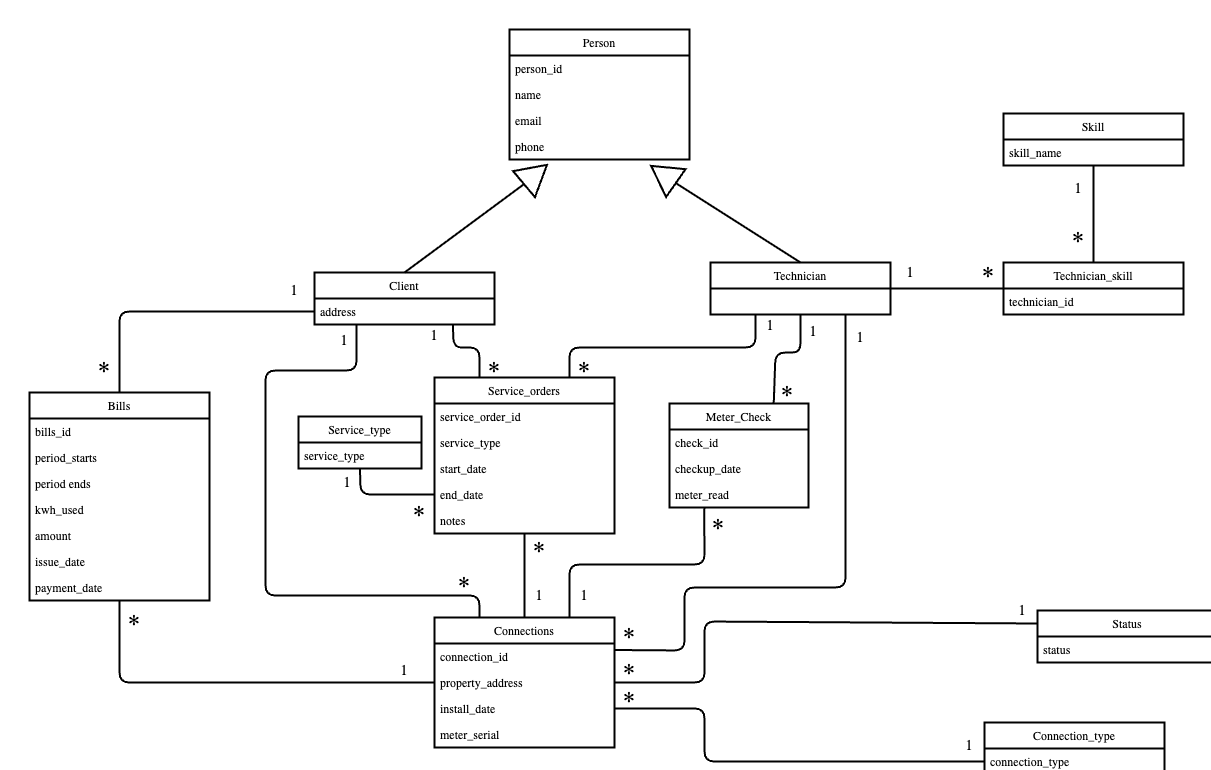
This is uml.png from nnovajulian08/database_proj, a draw.io export, as it was before one commit. Source tidied: cells renumbered, new cells last; positions are measured from the earlier drawing's top-left corner, leaving out a move shared by most shapes.
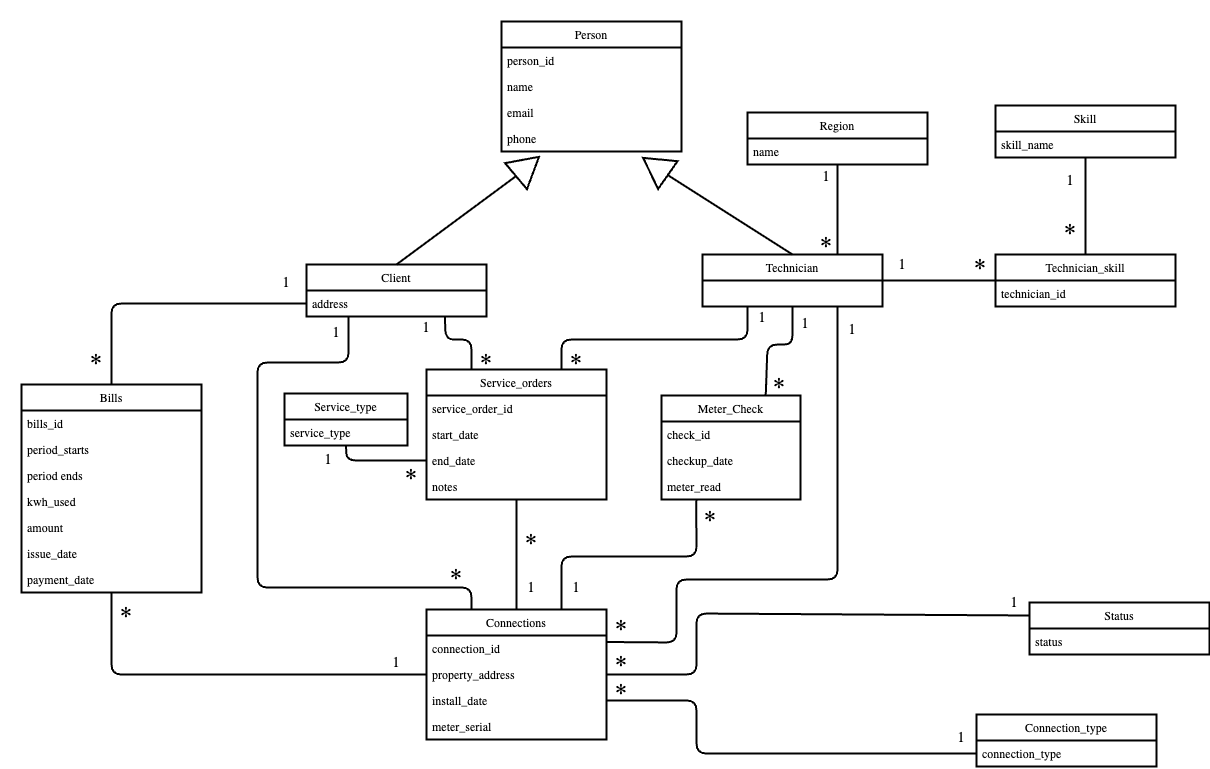
After the commit.

Change to the diagram source:
```diff
@@ -161,22 +161,19 @@
       <mxGeometry relative="1" as="geometry" />
     </mxCell>
     <mxCell id="44" value="Service_orders" style="swimlane;fontStyle=0;horizontal=1;startSize=26;fillColor=none;" parent="1" vertex="1">
-      <mxGeometry x="405" y="348" width="180" height="156" as="geometry" />
+      <mxGeometry x="405" y="348" width="180" height="130" as="geometry" />
     </mxCell>
     <mxCell id="45" value="service_order_id" style="text;strokeColor=none;fillColor=none;align=left;verticalAlign=top;spacingLeft=4;spacingRight=4;overflow=hidden;" parent="44" vertex="1">
       <mxGeometry y="26" width="180" height="26" as="geometry" />
     </mxCell>
-    <mxCell id="46" value="service_type" style="text;strokeColor=none;fillColor=none;align=left;verticalAlign=top;spacingLeft=4;spacingRight=4;overflow=hidden;" parent="44" vertex="1">
-      <mxGeometry y="52" width="180" height="26" as="geometry" />
-    </mxCell>
     <mxCell id="47" value="start_date" style="text;strokeColor=none;fillColor=none;align=left;verticalAlign=top;spacingLeft=4;spacingRight=4;overflow=hidden;" parent="44" vertex="1">
-      <mxGeometry y="78" width="180" height="26" as="geometry" />
+      <mxGeometry y="52" width="180" height="26" as="geometry" />
     </mxCell>
     <mxCell id="48" value="end_date" style="text;strokeColor=none;fillColor=none;align=left;verticalAlign=top;spacingLeft=4;spacingRight=4;overflow=hidden;points=[[0,0.5],[1,0.5]];portConstraint=eastwest;" parent="44" vertex="1">
-      <mxGeometry y="104" width="180" height="26" as="geometry" />
+      <mxGeometry y="78" width="180" height="26" as="geometry" />
     </mxCell>
     <mxCell id="49" value="notes" style="text;strokeColor=none;fillColor=none;align=left;verticalAlign=top;spacingLeft=4;spacingRight=4;overflow=hidden;" parent="44" vertex="1">
-      <mxGeometry y="130" width="180" height="26" as="geometry" />
+      <mxGeometry y="104" width="180" height="26" as="geometry" />
     </mxCell>
     <mxCell id="50" style="endArrow=none;html=1;exitX=1;exitY=0.5;exitDx=0;exitDy=0;entryX=0;entryY=0.5;entryDx=0;entryDy=0;" parent="1" edge="1" source="35" target="38">
       <mxGeometry relative="1" as="geometry">
@@ -303,21 +300,36 @@
     <mxCell id="84" style="endArrow=none;html=1;entryX=0;entryY=0.5;entryDx=0;entryDy=0;exitX=0.5;exitY=1;exitDx=0;exitDy=0;" parent="1" edge="1" source="85" target="48">
       <mxGeometry relative="1" as="geometry">
         <Array as="points">
-          <mxPoint x="331" y="465" />
+          <mxPoint x="325" y="439" />
         </Array>
       </mxGeometry>
     </mxCell>
     <mxCell id="85" value="Service_type" style="swimlane;fontStyle=0;horizontal=1;startSize=26;fillColor=none;" parent="1" vertex="1">
-      <mxGeometry x="269" y="387" width="123" height="52" as="geometry" />
+      <mxGeometry x="263" y="372" width="123" height="52" as="geometry" />
     </mxCell>
     <mxCell id="86" value="service_type" style="text;strokeColor=none;fillColor=none;align=left;verticalAlign=top;spacingLeft=4;spacingRight=4;overflow=hidden;" parent="85" vertex="1">
       <mxGeometry y="26" width="123" height="26" as="geometry" />
     </mxCell>
     <mxCell id="87" value="&lt;span style=&quot;font-style: normal&quot;&gt;1&lt;/span&gt;" style="text;html=1;strokeColor=none;fillColor=none;align=center;verticalAlign=middle;whiteSpace=wrap;rounded=0;fontSize=15;fontStyle=0;" parent="1" vertex="1">
-      <mxGeometry x="303" y="430" width="30" height="45" as="geometry" />
+      <mxGeometry x="292" y="415" width="30" height="45" as="geometry" />
     </mxCell>
     <mxCell id="88" value="&lt;span style=&quot;font-style: normal&quot;&gt;*&lt;/span&gt;" style="text;html=1;strokeColor=none;fillColor=none;align=center;verticalAlign=middle;whiteSpace=wrap;rounded=0;fontSize=25;fontStyle=0;" parent="1" vertex="1">
-      <mxGeometry x="375" y="462" width="30" height="45" as="geometry" />
+      <mxGeometry x="375" y="433" width="30" height="45" as="geometry" />
     </mxCell>
+    <mxCell id="89" style="endArrow=none;html=1;entryX=0.75;entryY=0;entryDx=0;entryDy=0;" parent="1" edge="1" source="90" target="16">
+      <mxGeometry relative="1" as="geometry" />
+    </mxCell>
+    <mxCell id="90" value="Region" style="swimlane;fontStyle=0;horizontal=1;startSize=26;fillColor=none;" parent="1" vertex="1">
+      <mxGeometry x="726" y="91" width="180" height="52" as="geometry" />
+    </mxCell>
+    <mxCell id="91" value="name" style="text;strokeColor=none;fillColor=none;align=left;verticalAlign=top;spacingLeft=4;spacingRight=4;overflow=hidden;" parent="90" vertex="1">
+      <mxGeometry y="26" width="180" height="26" as="geometry" />
+    </mxCell>
+    <mxCell id="92" value="&lt;span style=&quot;font-style: normal&quot;&gt;1&lt;/span&gt;" style="text;html=1;strokeColor=none;fillColor=none;align=center;verticalAlign=middle;whiteSpace=wrap;rounded=0;fontSize=15;fontStyle=0;" parent="1" vertex="1">
+      <mxGeometry x="790" y="132" width="30" height="45" as="geometry" />
+    </mxCell>
+    <mxCell id="93" value="&lt;span style=&quot;font-style: normal&quot;&gt;*&lt;/span&gt;" style="text;html=1;strokeColor=none;fillColor=none;align=center;verticalAlign=middle;whiteSpace=wrap;rounded=0;fontSize=25;fontStyle=0;" parent="1" vertex="1">
+      <mxGeometry x="790" y="201" width="30" height="45" as="geometry" />
+    </mxCell>
   </root>
 </mxGraphModel>
```
